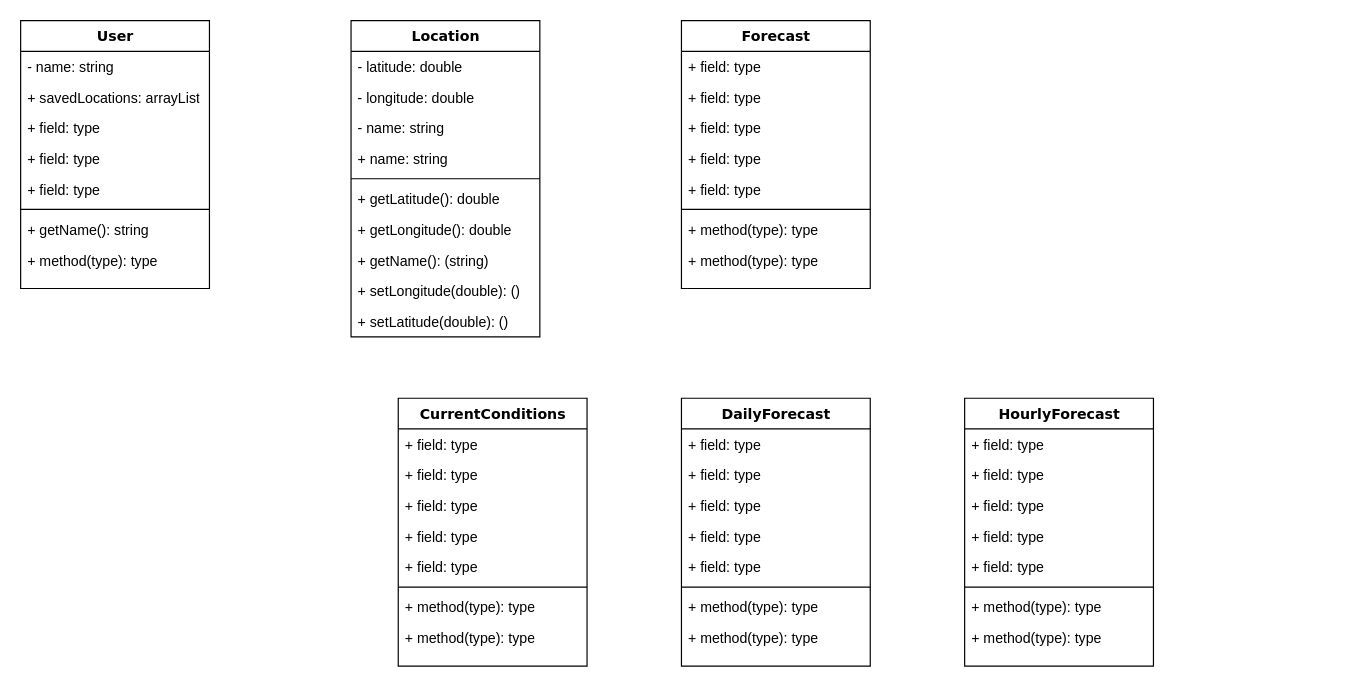
Earlier version of the draw.io diagram UML Diagram.drawio (JayRMagee/weatherlens). Source tidied: cells renumbered, new cells numbered last; positions are measured from the earlier drawing's top-left corner, leaving out a move shared by most shapes. Both pictures are drawn from the tidied source at 118%, with x=0, y=0 at pixel (20, 20).
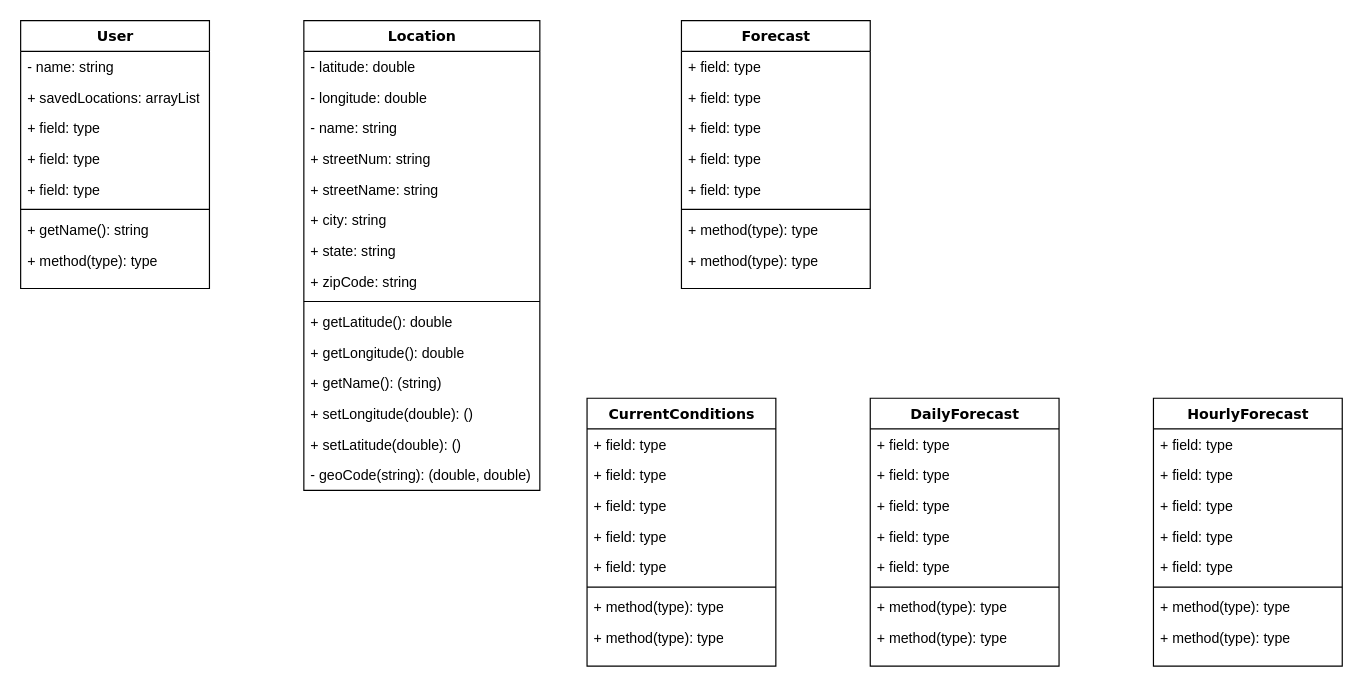
After the change.

Change to the diagram source:
```diff
@@
     <mxCell id="11" value="Location" style="swimlane;html=1;fontStyle=1;align=center;verticalAlign=top;horizontal=1;startSize=26;swimlaneFillColor=#ffffff;rounded=0;shadow=0;comic=0;labelBackgroundColor=none;strokeWidth=1;fillColor=none;fontFamily=Verdana;fontSize=12;" parent="1" vertex="1">
-      <mxGeometry x="280" width="160" height="268" as="geometry" />
+      <mxGeometry x="240" width="200" height="398" as="geometry" />
     </mxCell>
     <mxCell id="12" value="- latitude: double" style="text;html=1;strokeColor=none;fillColor=none;align=left;verticalAlign=top;spacingLeft=4;spacingRight=4;whiteSpace=wrap;overflow=hidden;" parent="11" vertex="1">
-      <mxGeometry y="26" width="160" height="26" as="geometry" />
+      <mxGeometry y="26" width="200" height="26" as="geometry" />
     </mxCell>
     <mxCell id="13" value="- longitude: double" style="text;html=1;strokeColor=none;fillColor=none;align=left;verticalAlign=top;spacingLeft=4;spacingRight=4;whiteSpace=wrap;overflow=hidden;" parent="11" vertex="1">
-      <mxGeometry y="52" width="160" height="26" as="geometry" />
+      <mxGeometry y="52" width="200" height="26" as="geometry" />
     </mxCell>
     <mxCell id="14" value="- name: string" style="text;html=1;strokeColor=none;fillColor=none;align=left;verticalAlign=top;spacingLeft=4;spacingRight=4;whiteSpace=wrap;overflow=hidden;" parent="11" vertex="1">
-      <mxGeometry y="78" width="160" height="26" as="geometry" />
+      <mxGeometry y="78" width="200" height="26" as="geometry" />
     </mxCell>
-    <mxCell id="15" value="+ name: string" style="text;html=1;strokeColor=none;fillColor=none;align=left;verticalAlign=top;spacingLeft=4;spacingRight=4;whiteSpace=wrap;overflow=hidden;" parent="11" vertex="1">
-      <mxGeometry y="104" width="160" height="26" as="geometry" />
+    <mxCell id="15" value="+ streetNum: string" style="text;html=1;strokeColor=none;fillColor=none;align=left;verticalAlign=top;spacingLeft=4;spacingRight=4;whiteSpace=wrap;overflow=hidden;" parent="11" vertex="1">
+      <mxGeometry y="104" width="200" height="26" as="geometry" />
     </mxCell>
+    <mxCell id="58" value="+ streetName: string" style="text;html=1;strokeColor=none;fillColor=none;align=left;verticalAlign=top;spacingLeft=4;spacingRight=4;whiteSpace=wrap;overflow=hidden;" parent="11" vertex="1">
+      <mxGeometry y="130" width="200" height="26" as="geometry" />
+    </mxCell>
+    <mxCell id="59" value="+ city: string" style="text;html=1;strokeColor=none;fillColor=none;align=left;verticalAlign=top;spacingLeft=4;spacingRight=4;whiteSpace=wrap;overflow=hidden;" parent="11" vertex="1">
+      <mxGeometry y="156" width="200" height="26" as="geometry" />
+    </mxCell>
+    <mxCell id="60" value="+ state: string" style="text;html=1;strokeColor=none;fillColor=none;align=left;verticalAlign=top;spacingLeft=4;spacingRight=4;whiteSpace=wrap;overflow=hidden;" parent="11" vertex="1">
+      <mxGeometry y="182" width="200" height="26" as="geometry" />
+    </mxCell>
+    <mxCell id="61" value="+ zipCode: string" style="text;html=1;strokeColor=none;fillColor=none;align=left;verticalAlign=top;spacingLeft=4;spacingRight=4;whiteSpace=wrap;overflow=hidden;" parent="11" vertex="1">
+      <mxGeometry y="208" width="200" height="26" as="geometry" />
+    </mxCell>
     <mxCell id="16" style="line;html=1;strokeWidth=1;fillColor=none;align=left;verticalAlign=middle;spacingTop=-1;spacingLeft=3;spacingRight=3;labelPosition=right;" parent="11" vertex="1">
-      <mxGeometry y="130" width="160" height="8" as="geometry" />
+      <mxGeometry y="234" width="200" height="8" as="geometry" />
     </mxCell>
     <mxCell id="17" value="+ getLatitude(): double" style="text;html=1;strokeColor=none;fillColor=none;align=left;verticalAlign=top;spacingLeft=4;spacingRight=4;whiteSpace=wrap;overflow=hidden;" parent="11" vertex="1">
-      <mxGeometry y="138" width="160" height="26" as="geometry" />
+      <mxGeometry y="242" width="200" height="26" as="geometry" />
     </mxCell>
     <mxCell id="18" value="+ getLongitude(): double" style="text;html=1;strokeColor=none;fillColor=none;align=left;verticalAlign=top;spacingLeft=4;spacingRight=4;whiteSpace=wrap;overflow=hidden;" parent="11" vertex="1">
-      <mxGeometry y="164" width="160" height="26" as="geometry" />
+      <mxGeometry y="268" width="200" height="26" as="geometry" />
     </mxCell>
     <mxCell id="19" value="+ getName(): (string)" style="text;html=1;strokeColor=none;fillColor=none;align=left;verticalAlign=top;spacingLeft=4;spacingRight=4;whiteSpace=wrap;overflow=hidden;" parent="11" vertex="1">
-      <mxGeometry y="190" width="160" height="26" as="geometry" />
+      <mxGeometry y="294" width="200" height="26" as="geometry" />
     </mxCell>
     <mxCell id="20" value="+ setLongitude(double): ()" style="text;html=1;strokeColor=none;fillColor=none;align=left;verticalAlign=top;spacingLeft=4;spacingRight=4;whiteSpace=wrap;overflow=hidden;" parent="11" vertex="1">
-      <mxGeometry y="216" width="160" height="26" as="geometry" />
+      <mxGeometry y="320" width="200" height="26" as="geometry" />
     </mxCell>
     <mxCell id="21" value="+ setLatitude(double): ()" style="text;html=1;strokeColor=none;fillColor=none;align=left;verticalAlign=top;spacingLeft=4;spacingRight=4;whiteSpace=wrap;overflow=hidden;" parent="11" vertex="1">
-      <mxGeometry y="242" width="160" height="26" as="geometry" />
+      <mxGeometry y="346" width="200" height="26" as="geometry" />
     </mxCell>
+    <mxCell id="62" value="- geoCode(string): (double, double)" style="text;html=1;strokeColor=none;fillColor=none;align=left;verticalAlign=top;spacingLeft=4;spacingRight=4;whiteSpace=wrap;overflow=hidden;" parent="11" vertex="1">
+      <mxGeometry y="372" width="200" height="26" as="geometry" />
+    </mxCell>
@@
     <mxCell id="31" value="CurrentConditions" style="swimlane;html=1;fontStyle=1;align=center;verticalAlign=top;horizontal=1;startSize=26;swimlaneFillColor=#ffffff;rounded=0;shadow=0;comic=0;labelBackgroundColor=none;strokeWidth=1;fillColor=none;fontFamily=Verdana;fontSize=12;" parent="1" vertex="1">
-      <mxGeometry x="320" y="320" width="160" height="227" as="geometry" />
+      <mxGeometry x="480" y="320" width="160" height="227" as="geometry" />
     </mxCell>
@@
     <mxCell id="40" value="DailyForecast" style="swimlane;html=1;fontStyle=1;align=center;verticalAlign=top;horizontal=1;startSize=26;swimlaneFillColor=#ffffff;rounded=0;shadow=0;comic=0;labelBackgroundColor=none;strokeWidth=1;fillColor=none;fontFamily=Verdana;fontSize=12;" parent="1" vertex="1">
-      <mxGeometry x="560" y="320" width="160" height="227" as="geometry" />
+      <mxGeometry x="720" y="320" width="160" height="227" as="geometry" />
     </mxCell>
@@
     <mxCell id="49" value="HourlyForecast" style="swimlane;html=1;fontStyle=1;align=center;verticalAlign=top;horizontal=1;startSize=26;swimlaneFillColor=#ffffff;rounded=0;shadow=0;comic=0;labelBackgroundColor=none;strokeWidth=1;fillColor=none;fontFamily=Verdana;fontSize=12;" parent="1" vertex="1">
-      <mxGeometry x="800" y="320" width="160" height="227" as="geometry" />
+      <mxGeometry x="960" y="320" width="160" height="227" as="geometry" />
     </mxCell>
```
